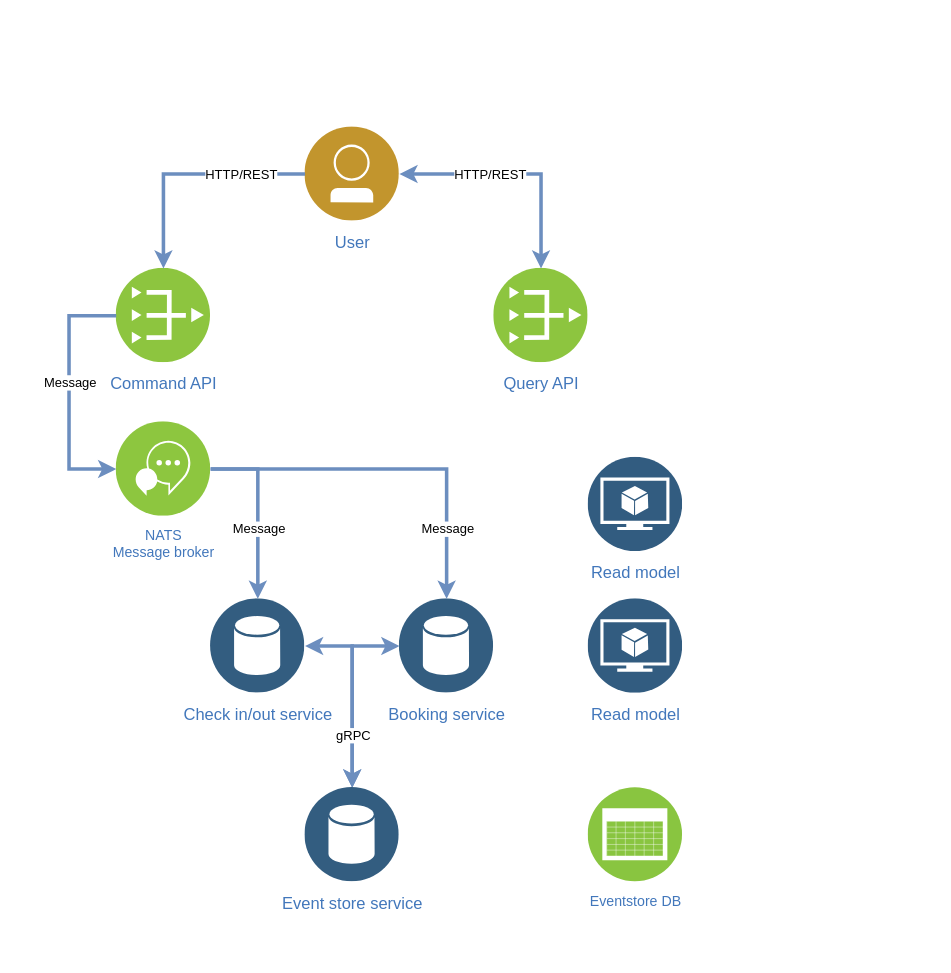
The draw.io diagram Namnlöst diagram.drawio in thomaskrut/tekf, before the edit. Source tidied: cells renumbered, new cells numbered last; positions are measured from the earlier drawing's top-left corner, leaving out a move shared by most shapes. Both pictures are drawn from the tidied source at 118%, with x=0, y=0 at pixel (68, 126).
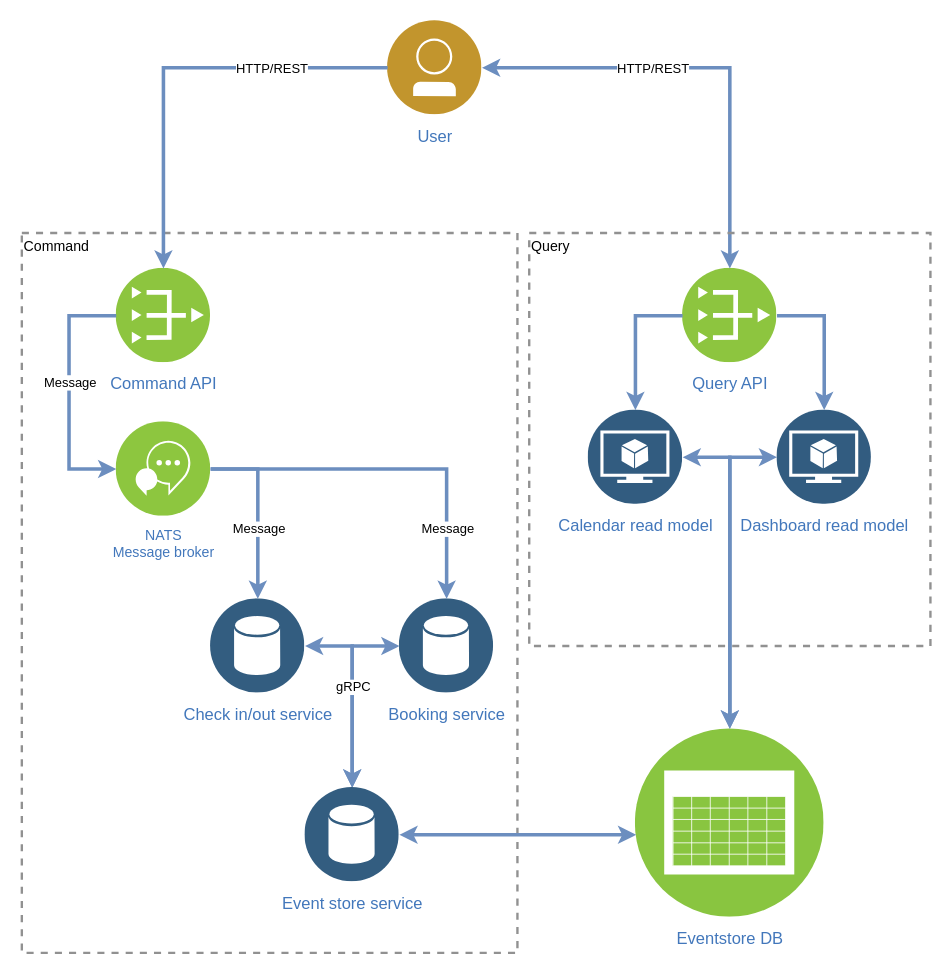
The same diagram, later.

Unchanged cells that the change refers to:
```xml
<mxCell id="6" value="&lt;div style=&quot;font-size: 14px;&quot;&gt;Command API&lt;/div&gt;" style="image;perimeter=ellipsePerimeter;html=1;align=center;shadow=0;dashed=0;fontColor=#4277BB;labelBackgroundColor=default;fontSize=14;spacingTop=3;image=img/lib/ibm/vpc/PublicGateway.svg;" parent="1" vertex="1">
  <mxGeometry x="40" y="120" width="80" height="80" as="geometry" />
</mxCell>
<mxCell id="20" style="edgeStyle=elbowEdgeStyle;rounded=0;elbow=vertical;html=1;labelBackgroundColor=#ffffff;endArrow=classic;endFill=1;endSize=6;jettySize=auto;strokeWidth=3;fontSize=14;fillColor=#dae8fc;strokeColor=#6c8ebf;startArrow=classic;startFill=1;" parent="1" edge="1" source="14" target="24">
  <mxGeometry relative="1" as="geometry">
    <Array as="points">
      <mxPoint x="240" y="440" />
    </Array>
  </mxGeometry>
</mxCell>
<mxCell id="24" value="Event store service" style="image;perimeter=ellipsePerimeter;html=1;align=center;shadow=0;dashed=0;fontColor=#4277BB;labelBackgroundColor=default;fontSize=14;spacingTop=3;image=img/lib/ibm/data/data_services.svg;" parent="1" vertex="1">
  <mxGeometry x="200" y="560" width="80" height="80" as="geometry" />
</mxCell>
```

Change to the diagram source:
```diff
@@
+    <mxCell id="25" value="Command" style="fontStyle=0;verticalAlign=top;align=left;spacingTop=-2;fillColor=none;rounded=0;whiteSpace=wrap;html=1;strokeColor=#919191;strokeWidth=2;dashed=1;" parent="1" vertex="1">
+      <mxGeometry x="-40" y="90" width="420" height="610" as="geometry" />
+    </mxCell>
     <mxCell id="2" value="&lt;div&gt;User&lt;/div&gt;" style="image;perimeter=ellipsePerimeter;html=1;align=center;shadow=0;dashed=0;fontColor=#4277BB;labelBackgroundColor=default;fontSize=14;spacingTop=3;image=img/lib/ibm/users/user.svg;" parent="1" vertex="1">
-      <mxGeometry x="200" width="80" height="80" as="geometry" />
+      <mxGeometry x="270" y="-90" width="80" height="80" as="geometry" />
     </mxCell>
-    <mxCell id="3" value="Eventstore DB" style="image;perimeter=ellipsePerimeter;html=1;align=center;shadow=0;dashed=0;fontColor=#4277BB;labelBackgroundColor=default;fontSize=12;spacingTop=3;image=img/lib/ibm/infrastructure/event_feed.svg;" parent="1" vertex="1">
-      <mxGeometry x="440" y="560" width="80" height="80" as="geometry" />
+    <mxCell id="3" value="Eventstore DB" style="image;perimeter=ellipsePerimeter;html=1;align=center;shadow=0;dashed=0;fontColor=#4277BB;labelBackgroundColor=default;fontSize=14;spacingTop=3;image=img/lib/ibm/infrastructure/event_feed.svg;" parent="1" vertex="1">
+      <mxGeometry x="480" y="510" width="160" height="160" as="geometry" />
     </mxCell>
@@
     <mxCell id="5" value="Query API" style="image;perimeter=ellipsePerimeter;html=1;align=center;shadow=0;dashed=0;fontColor=#4277BB;labelBackgroundColor=default;fontSize=14;spacingTop=3;image=img/lib/ibm/vpc/PublicGateway.svg;" parent="1" vertex="1">
-      <mxGeometry x="360" y="120" width="80" height="80" as="geometry" />
+      <mxGeometry x="520" y="120" width="80" height="80" as="geometry" />
     </mxCell>
@@
     <mxCell id="7" style="edgeStyle=elbowEdgeStyle;rounded=0;elbow=vertical;html=1;labelBackgroundColor=#ffffff;endArrow=classic;endFill=1;endSize=6;jettySize=auto;strokeWidth=3;fontSize=14;exitX=0;exitY=0.5;exitDx=0;exitDy=0;fillColor=#dae8fc;strokeColor=#6c8ebf;entryX=0.5;entryY=0;entryDx=0;entryDy=0;" parent="1" edge="1" source="2" target="6">
       <mxGeometry relative="1" as="geometry">
         <Array as="points">
-          <mxPoint x="130" y="40" />
+          <mxPoint x="170" y="-50" />
         </Array>
       </mxGeometry>
     </mxCell>
@@
     <mxCell id="9" style="edgeStyle=elbowEdgeStyle;rounded=0;elbow=vertical;html=1;labelBackgroundColor=#ffffff;endArrow=classic;endFill=1;endSize=6;jettySize=auto;strokeWidth=3;fontSize=14;exitX=1;exitY=0.5;exitDx=0;exitDy=0;entryX=0.5;entryY=0;entryDx=0;entryDy=0;fillColor=#dae8fc;strokeColor=#6c8ebf;startArrow=classic;startFill=1;" parent="1" edge="1" source="2" target="5">
       <mxGeometry relative="1" as="geometry">
         <Array as="points">
-          <mxPoint x="330" y="40" />
+          <mxPoint x="460" y="-50" />
         </Array>
       </mxGeometry>
     </mxCell>
@@
-    <mxCell id="13" value="Read model" style="image;perimeter=ellipsePerimeter;html=1;align=center;shadow=0;dashed=0;fontColor=#4277BB;labelBackgroundColor=default;fontSize=14;spacingTop=3;image=img/lib/ibm/data/model.svg;" parent="1" vertex="1">
-      <mxGeometry x="440" y="280" width="80" height="80" as="geometry" />
+    <mxCell id="13" value="Dashboard read model" style="image;perimeter=ellipsePerimeter;html=1;align=center;shadow=0;dashed=0;fontColor=#4277BB;labelBackgroundColor=default;fontSize=14;spacingTop=3;image=img/lib/ibm/data/model.svg;" parent="1" vertex="1">
+      <mxGeometry x="600" y="240" width="80" height="80" as="geometry" />
     </mxCell>
@@
     <mxCell id="21" value="gRPC" style="edgeLabel;html=1;align=center;verticalAlign=middle;" parent="20" vertex="1">
-      <mxGeometry x="0.44" relative="1" as="geometry" />
+      <mxGeometry x="0.44" relative="1" as="geometry">
+        <mxPoint y="-41" as="offset" />
+      </mxGeometry>
     </mxCell>
-    <mxCell id="22" value="Read model" style="image;perimeter=ellipsePerimeter;html=1;align=center;shadow=0;dashed=0;fontColor=#4277BB;labelBackgroundColor=default;fontSize=14;spacingTop=3;image=img/lib/ibm/data/model.svg;" parent="1" vertex="1">
-      <mxGeometry x="440" y="400" width="80" height="80" as="geometry" />
-    </mxCell>
@@
+    <mxCell id="26" style="edgeStyle=elbowEdgeStyle;rounded=0;elbow=vertical;html=1;labelBackgroundColor=#ffffff;endArrow=classic;endFill=1;endSize=6;jettySize=auto;strokeWidth=3;fontSize=14;fillColor=#dae8fc;strokeColor=#6c8ebf;startArrow=classic;startFill=1;" parent="1" edge="1" source="24" target="3">
+      <mxGeometry relative="1" as="geometry">
+        <Array as="points">
+          <mxPoint x="390" y="600" />
+          <mxPoint x="390" y="610" />
+        </Array>
+      </mxGeometry>
+    </mxCell>
+    <mxCell id="27" style="edgeStyle=elbowEdgeStyle;rounded=0;elbow=vertical;html=1;labelBackgroundColor=#ffffff;endArrow=classic;endFill=1;endSize=6;jettySize=auto;strokeWidth=3;fontSize=14;fillColor=#dae8fc;strokeColor=#6c8ebf;entryX=0.5;entryY=0;entryDx=0;entryDy=0;" parent="1" edge="1" source="5" target="13">
+      <mxGeometry relative="1" as="geometry">
+        <Array as="points">
+          <mxPoint x="680" y="160" />
+        </Array>
+      </mxGeometry>
+    </mxCell>
+    <mxCell id="28" style="edgeStyle=elbowEdgeStyle;rounded=0;elbow=vertical;html=1;labelBackgroundColor=#ffffff;endArrow=classic;endFill=1;endSize=6;jettySize=auto;strokeWidth=3;fontSize=14;fillColor=#dae8fc;strokeColor=#6c8ebf;entryX=0.5;entryY=0;entryDx=0;entryDy=0;exitX=1;exitY=0.5;exitDx=0;exitDy=0;startArrow=classic;startFill=1;" parent="1" edge="1" source="22" target="3">
+      <mxGeometry relative="1" as="geometry">
+        <Array as="points">
+          <mxPoint x="560" y="280" />
+        </Array>
+      </mxGeometry>
+    </mxCell>
+    <mxCell id="29" style="edgeStyle=elbowEdgeStyle;rounded=0;elbow=vertical;html=1;labelBackgroundColor=#ffffff;endArrow=classic;endFill=1;endSize=6;jettySize=auto;strokeWidth=3;fontSize=14;fillColor=#dae8fc;strokeColor=#6c8ebf;entryX=0.5;entryY=0;entryDx=0;entryDy=0;exitX=0;exitY=0.5;exitDx=0;exitDy=0;" parent="1" edge="1" source="5" target="22">
+      <mxGeometry relative="1" as="geometry">
+        <Array as="points">
+          <mxPoint x="520" y="160" />
+        </Array>
+      </mxGeometry>
+    </mxCell>
+    <mxCell id="22" value="Calendar read model" style="image;perimeter=ellipsePerimeter;html=1;align=center;shadow=0;dashed=0;fontColor=#4277BB;labelBackgroundColor=default;fontSize=14;spacingTop=3;image=img/lib/ibm/data/model.svg;" parent="1" vertex="1">
+      <mxGeometry x="440" y="240" width="80" height="80" as="geometry" />
+    </mxCell>
+    <mxCell id="30" style="edgeStyle=elbowEdgeStyle;rounded=0;elbow=vertical;html=1;labelBackgroundColor=#ffffff;endArrow=classic;endFill=1;endSize=6;jettySize=auto;strokeWidth=3;fontSize=14;fillColor=#dae8fc;strokeColor=#6c8ebf;entryX=0.5;entryY=0;entryDx=0;entryDy=0;exitX=0;exitY=0.5;exitDx=0;exitDy=0;startArrow=classic;startFill=1;" parent="1" edge="1" source="13" target="3">
+      <mxGeometry relative="1" as="geometry">
+        <Array as="points">
+          <mxPoint x="560" y="280" />
+        </Array>
+      </mxGeometry>
+    </mxCell>
+    <mxCell id="31" value="&lt;div align=&quot;left&quot;&gt;Query&lt;/div&gt;" style="fontStyle=0;verticalAlign=top;align=left;spacingTop=-2;fillColor=none;rounded=0;whiteSpace=wrap;html=1;strokeColor=#919191;strokeWidth=2;dashed=1;" parent="1" vertex="1">
+      <mxGeometry x="390" y="90" width="340" height="350" as="geometry" />
+    </mxCell>
```
